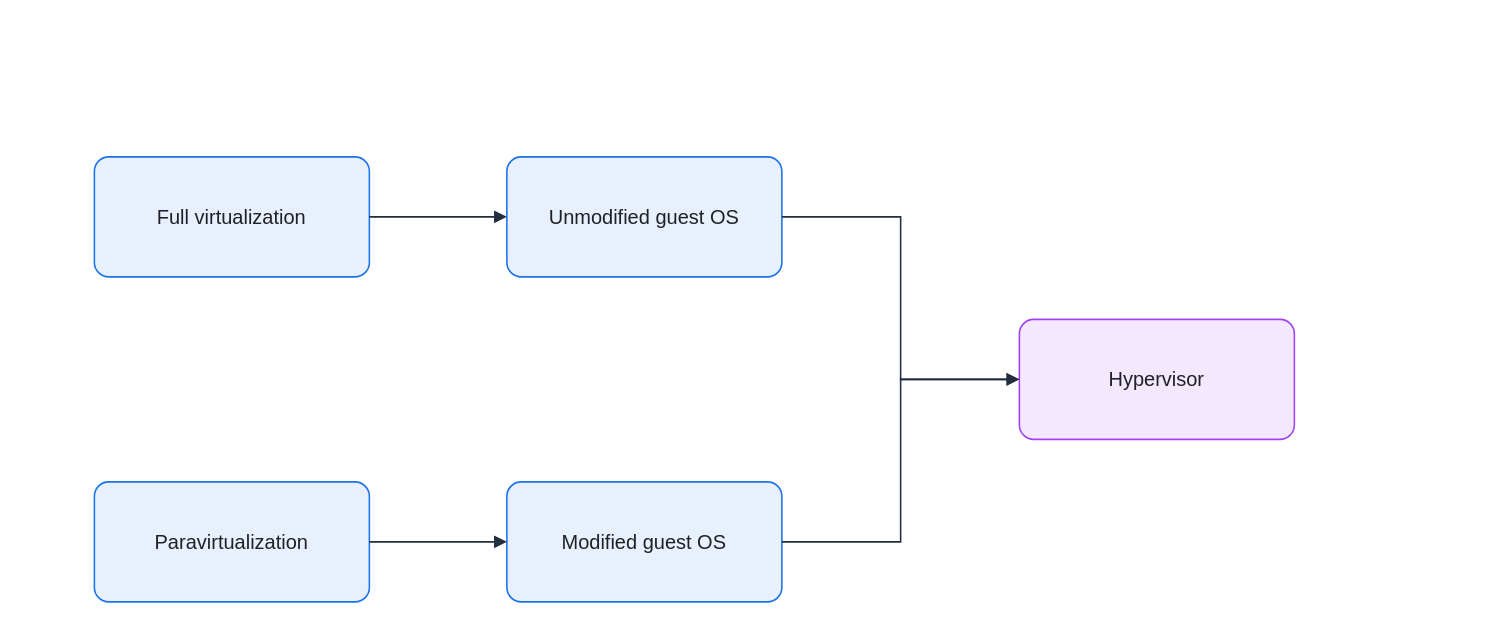
This is assets/img/virtualization/full-para-virtualization.drawio from KKamJi98/kkamji98.github.io, a draw.io file, before an edit. Source tidied: cells renumbered, new cells numbered last; positions are measured from the earlier drawing's top-left corner, leaving out a move shared by most shapes. Both pictures are drawn from the tidied source at 125%, with x=0, y=0 at pixel (94, 156).
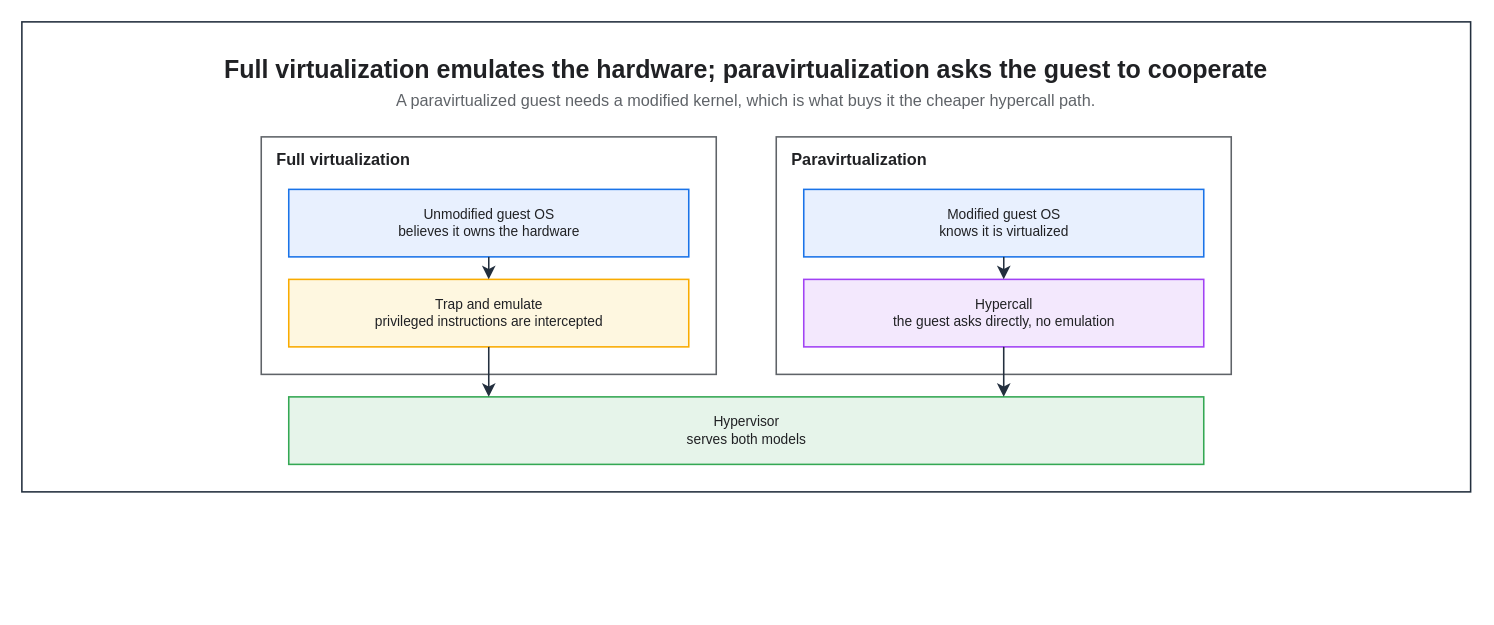
Above is the later version.

What changed in the source:
```diff
@@
 <mxGraphModel background="#FFFFFF">
   <root>
     <mxCell id="0" />
     <mxCell id="1" parent="0" />
+    <mxCell id="11" style="rounded=0;html=0;fillColor=none;strokeColor=#232F3E;fontColor=#202124;strokeWidth=1.25;" parent="1" vertex="1">
+      <mxGeometry x="-58" y="-108" width="1159" height="376" as="geometry" />
+    </mxCell>
+    <mxCell id="12" value="Full virtualization emulates the hardware; paravirtualization asks the guest to cooperate" style="text;html=0;whiteSpace=wrap;fillColor=none;strokeColor=none;fontColor=#202124;fontSize=20;fontStyle=1;align=center;verticalAlign=middle;" parent="1" vertex="1">
+      <mxGeometry x="-36" y="-86" width="1115" height="30" as="geometry" />
+    </mxCell>
+    <mxCell id="13" value="A paravirtualized guest needs a modified kernel, which is what buys it the cheaper hypercall path." style="text;html=0;whiteSpace=wrap;fillColor=none;strokeColor=none;fontColor=#5F6368;fontSize=13;fontStyle=0;align=center;verticalAlign=middle;" parent="1" vertex="1">
+      <mxGeometry x="-36" y="-56" width="1115" height="22" as="geometry" />
+    </mxCell>
-    <mxCell id="2" value="Full virtualization" style="rounded=1;arcSize=12;whiteSpace=wrap;html=0;fillColor=#E8F0FE;strokeColor=#1A73E8;strokeWidth=1.25;fontColor=#202124;fontSize=16;align=center;verticalAlign=middle;spacing=8;shadow=0;" parent="1" vertex="1">
-      <mxGeometry width="220" height="96" as="geometry" />
+    <mxCell id="2" value="Full virtualization" style="rounded=0;whiteSpace=wrap;html=0;fillColor=none;strokeColor=#5F6368;fontColor=#202124;fontSize=13;fontStyle=1;align=left;verticalAlign=top;spacingLeft=10;spacingTop=4;strokeWidth=1.25;dashed=0;" parent="1" vertex="1">
+      <mxGeometry x="133.5" y="-16" width="364" height="190" as="geometry" />
     </mxCell>
-    <mxCell id="3" value="Unmodified guest OS" style="rounded=1;arcSize=12;whiteSpace=wrap;html=0;fillColor=#E8F0FE;strokeColor=#1A73E8;strokeWidth=1.25;fontColor=#202124;fontSize=16;align=center;verticalAlign=middle;spacing=8;shadow=0;" parent="1" vertex="1">
-      <mxGeometry x="330" width="220" height="96" as="geometry" />
-    </mxCell>
-    <mxCell id="4" value="Paravirtualization" style="rounded=1;arcSize=12;whiteSpace=wrap;html=0;fillColor=#E8F0FE;strokeColor=#1A73E8;strokeWidth=1.25;fontColor=#202124;fontSize=16;align=center;verticalAlign=middle;spacing=8;shadow=0;" parent="1" vertex="1">
-      <mxGeometry y="260" width="220" height="96" as="geometry" />
+    <mxCell id="4" value="Paravirtualization" style="rounded=0;whiteSpace=wrap;html=0;fillColor=none;strokeColor=#5F6368;fontColor=#202124;fontSize=13;fontStyle=1;align=left;verticalAlign=top;spacingLeft=10;spacingTop=4;strokeWidth=1.25;dashed=0;" parent="1" vertex="1">
+      <mxGeometry x="545.5" y="-16" width="364" height="190" as="geometry" />
     </mxCell>
-    <mxCell id="5" value="Modified guest OS" style="rounded=1;arcSize=12;whiteSpace=wrap;html=0;fillColor=#E8F0FE;strokeColor=#1A73E8;strokeWidth=1.25;fontColor=#202124;fontSize=16;align=center;verticalAlign=middle;spacing=8;shadow=0;" parent="1" vertex="1">
-      <mxGeometry x="330" y="260" width="220" height="96" as="geometry" />
-    </mxCell>
-    <mxCell id="6" value="Hypervisor" style="rounded=1;arcSize=12;whiteSpace=wrap;html=0;fillColor=#F3E8FD;strokeColor=#A142F4;strokeWidth=1.25;fontColor=#202124;fontSize=16;align=center;verticalAlign=middle;spacing=8;shadow=0;" parent="1" vertex="1">
-      <mxGeometry x="740" y="130" width="220" height="96" as="geometry" />
-    </mxCell>
-    <mxCell id="7" style="edgeStyle=orthogonalEdgeStyle;rounded=0;jettySize=auto;html=0;endArrow=block;endFill=1;strokeColor=#232F3E;strokeWidth=1.25;fontColor=#202124;labelBackgroundColor=none;exitX=1;exitY=0.5;exitDx=0;exitDy=0;entryX=0;entryY=0.5;entryDx=0;entryDy=0;endSize=7;" parent="1" edge="1" source="2" target="3">
-      <mxGeometry relative="1" as="geometry" />
-    </mxCell>
-    <mxCell id="8" style="edgeStyle=orthogonalEdgeStyle;rounded=0;jettySize=auto;html=0;endArrow=block;endFill=1;strokeColor=#232F3E;strokeWidth=1.25;fontColor=#202124;labelBackgroundColor=none;exitX=1;exitY=0.5;exitDx=0;exitDy=0;entryX=0;entryY=0.5;entryDx=0;entryDy=0;endSize=7;" parent="1" edge="1" source="4" target="5">
-      <mxGeometry relative="1" as="geometry" />
-    </mxCell>
-    <mxCell id="9" style="edgeStyle=orthogonalEdgeStyle;rounded=0;jettySize=auto;html=0;endArrow=block;endFill=1;strokeColor=#232F3E;strokeWidth=1.25;fontColor=#202124;labelBackgroundColor=none;exitX=1;exitY=0.5;exitDx=0;exitDy=0;entryX=0;entryY=0.5;entryDx=0;entryDy=0;endSize=7;" parent="1" edge="1" source="3" target="6">
-      <mxGeometry relative="1" as="geometry" />
-    </mxCell>
-    <mxCell id="10" style="edgeStyle=orthogonalEdgeStyle;rounded=0;jettySize=auto;html=0;endArrow=block;endFill=1;strokeColor=#232F3E;strokeWidth=1.25;fontColor=#202124;labelBackgroundColor=none;exitX=1;exitY=0.5;exitDx=0;exitDy=0;entryX=0;entryY=0.5;entryDx=0;entryDy=0;endSize=7;" parent="1" edge="1" source="5" target="6">
-      <mxGeometry relative="1" as="geometry" />
-    </mxCell>
+    <mxCell id="14" value="Unmodified guest OS&#10;believes it owns the hardware" style="rounded=0;whiteSpace=wrap;html=0;fillColor=#E8F0FE;strokeColor=#1A73E8;fontColor=#202124;fontSize=11;fontStyle=0;align=center;verticalAlign=middle;spacingLeft=6;spacingRight=6;strokeWidth=1.25;" parent="1" vertex="1">
+      <mxGeometry x="155.5" y="26" width="320" height="54" as="geometry" />
+    </mxCell>
+    <mxCell id="15" value="Trap and emulate&#10;privileged instructions are intercepted" style="rounded=0;whiteSpace=wrap;html=0;fillColor=#FEF7E0;strokeColor=#F9AB00;fontColor=#202124;fontSize=11;fontStyle=0;align=center;verticalAlign=middle;spacingLeft=6;spacingRight=6;strokeWidth=1.25;" parent="1" vertex="1">
+      <mxGeometry x="155.5" y="98" width="320" height="54" as="geometry" />
+    </mxCell>
+    <mxCell id="16" value="Modified guest OS&#10;knows it is virtualized" style="rounded=0;whiteSpace=wrap;html=0;fillColor=#E8F0FE;strokeColor=#1A73E8;fontColor=#202124;fontSize=11;fontStyle=0;align=center;verticalAlign=middle;spacingLeft=6;spacingRight=6;strokeWidth=1.25;" parent="1" vertex="1">
+      <mxGeometry x="567.5" y="26" width="320" height="54" as="geometry" />
+    </mxCell>
+    <mxCell id="17" value="Hypercall&#10;the guest asks directly, no emulation" style="rounded=0;whiteSpace=wrap;html=0;fillColor=#F3E8FD;strokeColor=#A142F4;fontColor=#202124;fontSize=11;fontStyle=0;align=center;verticalAlign=middle;spacingLeft=6;spacingRight=6;strokeWidth=1.25;" parent="1" vertex="1">
+      <mxGeometry x="567.5" y="98" width="320" height="54" as="geometry" />
+    </mxCell>
+    <mxCell id="18" value="Hypervisor&#10;serves both models" style="rounded=0;whiteSpace=wrap;html=0;fillColor=#E6F4EA;strokeColor=#34A853;fontColor=#202124;fontSize=11;fontStyle=0;align=center;verticalAlign=middle;spacingLeft=6;spacingRight=6;strokeWidth=1.25;" parent="1" vertex="1">
+      <mxGeometry x="155.5" y="192" width="732" height="54" as="geometry" />
+    </mxCell>
+    <mxCell id="19" style="edgeStyle=orthogonalEdgeStyle;rounded=0;html=0;strokeColor=#232F3E;strokeWidth=1.25;endArrow=classic;endFill=1;endSize=7;fontSize=11;fontColor=#202124;labelBackgroundColor=none;jettySize=14;exitX=0.5;exitY=1;entryX=0.5;entryY=0;exitDx=0;exitDy=0;entryDx=0;entryDy=0;" parent="1" edge="1" source="14" target="15">
+      <mxGeometry relative="1" as="geometry" />
+    </mxCell>
+    <mxCell id="20" style="edgeStyle=orthogonalEdgeStyle;rounded=0;html=0;strokeColor=#232F3E;strokeWidth=1.25;endArrow=classic;endFill=1;endSize=7;fontSize=11;fontColor=#202124;labelBackgroundColor=none;jettySize=14;exitX=0.5;exitY=1;entryX=0.5;entryY=0;exitDx=0;exitDy=0;entryDx=0;entryDy=0;" parent="1" edge="1" source="16" target="17">
+      <mxGeometry relative="1" as="geometry" />
+    </mxCell>
+    <mxCell id="21" style="edgeStyle=orthogonalEdgeStyle;rounded=0;html=0;strokeColor=#232F3E;strokeWidth=1.25;endArrow=classic;endFill=1;endSize=7;fontSize=11;fontColor=#202124;labelBackgroundColor=none;jettySize=14;exitX=0.5;exitY=1;entryX=0.2186;entryY=0;exitDx=0;exitDy=0;entryDx=0;entryDy=0;" parent="1" edge="1" source="15" target="18">
+      <mxGeometry relative="1" as="geometry" />
+    </mxCell>
+    <mxCell id="22" style="edgeStyle=orthogonalEdgeStyle;rounded=0;html=0;strokeColor=#232F3E;strokeWidth=1.25;endArrow=classic;endFill=1;endSize=7;fontSize=11;fontColor=#202124;labelBackgroundColor=none;jettySize=14;exitX=0.5;exitY=1;entryX=0.7814;entryY=0;exitDx=0;exitDy=0;entryDx=0;entryDy=0;" parent="1" edge="1" source="17" target="18">
+      <mxGeometry relative="1" as="geometry" />
+    </mxCell>
   </root>
 </mxGraphModel>
```
